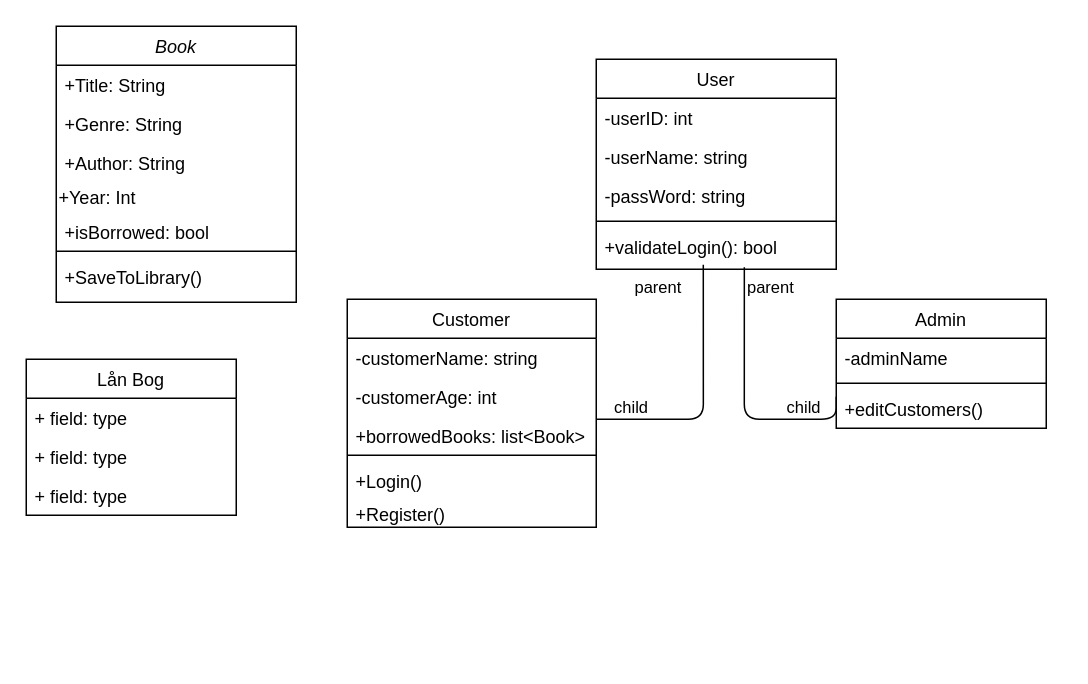
The draw.io diagram Untitled Diagram.drawio in Mim1c/The-Repository, before the edit. Source tidied: cells renumbered, new cells numbered last; positions are measured from the earlier drawing's top-left corner, leaving out a move shared by most shapes. Both pictures are drawn from the tidied source at 150%, with x=0, y=0 at pixel (26, 26).
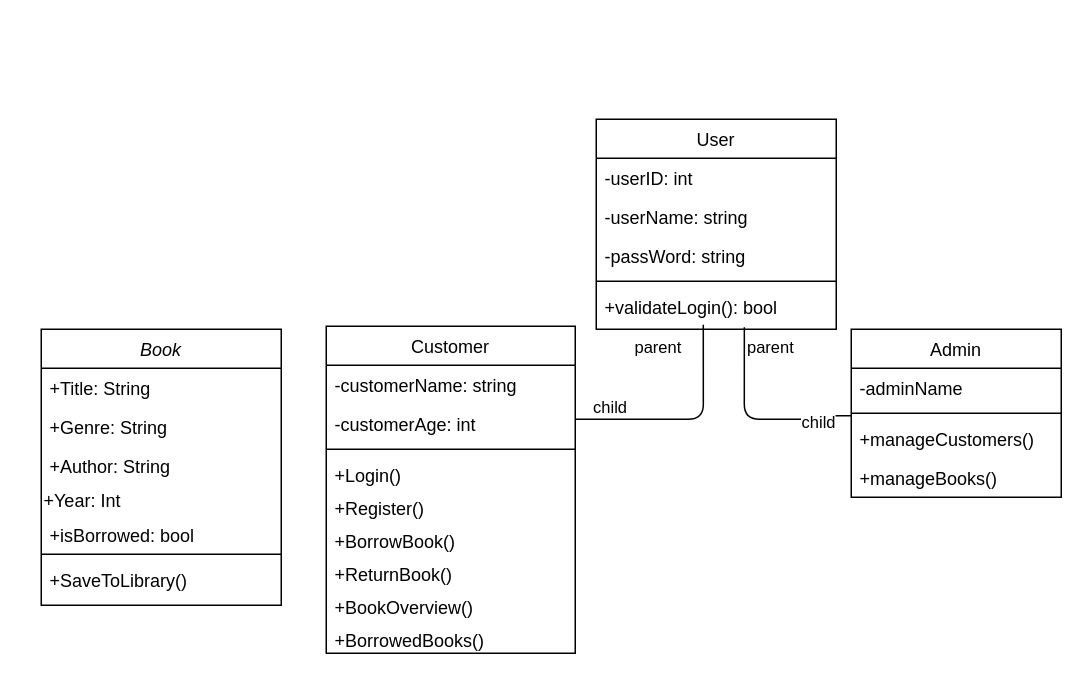
The same diagram, later.

The change refers to these unchanged cells:
```xml
<mxCell id="15" value="+validateLogin(): bool" style="text;align=left;verticalAlign=top;spacingLeft=4;spacingRight=4;overflow=hidden;points=[[0,0.5],[1,0.5]];portConstraint=eastwest;" parent="10" vertex="1">
  <mxGeometry y="112" width="160" height="26" as="geometry" />
</mxCell>
<mxCell id="27" value="-adminName" style="text;strokeColor=none;fillColor=none;align=left;verticalAlign=top;spacingLeft=4;spacingRight=4;overflow=hidden;points=[[0,0.5],[1,0.5]];portConstraint=eastwest;" parent="26" vertex="1">
  <mxGeometry y="26" width="140" height="26" as="geometry" />
</mxCell>
```

Change to the diagram source:
```diff
@@
     <mxCell id="2" value="Book" style="swimlane;fontStyle=2;align=center;verticalAlign=top;horizontal=1;startSize=26;rounded=0;shadow=0;strokeWidth=1;" parent="1" vertex="1">
-      <mxGeometry x="20" width="160" height="184" as="geometry" />
+      <mxGeometry x="10" y="202" width="160" height="184" as="geometry" />
     </mxCell>
@@
     <mxCell id="10" value="User" style="swimlane;fontStyle=0;align=center;verticalAlign=top;horizontal=1;startSize=26;rounded=0;shadow=0;strokeWidth=1;" parent="1" vertex="1">
-      <mxGeometry x="380" y="22" width="160" height="140" as="geometry" />
+      <mxGeometry x="380" y="62" width="160" height="140" as="geometry" />
     </mxCell>
@@
     <mxCell id="16" value="Customer" style="swimlane;fontStyle=0;horizontal=1;startSize=26;fillColor=none;align=center;html=0;" parent="1" vertex="1">
-      <mxGeometry x="214" y="182" width="166" height="152" as="geometry" />
+      <mxGeometry x="200" y="200" width="166" height="218" as="geometry" />
     </mxCell>
@@
-    <mxCell id="19" value="+borrowedBooks: list&lt;Book&gt;" style="text;strokeColor=none;fillColor=none;align=left;verticalAlign=top;spacingLeft=4;spacingRight=4;overflow=hidden;" parent="16" vertex="1">
-      <mxGeometry y="78" width="166" height="22" as="geometry" />
-    </mxCell>
     <mxCell id="20" style="line;strokeWidth=1;fillColor=none;align=left;verticalAlign=middle;spacingTop=-1;spacingLeft=3;spacingRight=3;labelPosition=right;html=0;" parent="16" vertex="1">
-      <mxGeometry y="100" width="166" height="8" as="geometry" />
+      <mxGeometry y="78" width="166" height="8" as="geometry" />
     </mxCell>
     <mxCell id="21" value="+Login()" style="text;strokeColor=none;fillColor=none;align=left;verticalAlign=top;spacingLeft=4;spacingRight=4;overflow=hidden;" parent="16" vertex="1">
-      <mxGeometry y="108" width="166" height="22" as="geometry" />
+      <mxGeometry y="86" width="166" height="22" as="geometry" />
     </mxCell>
     <mxCell id="22" value="+Register()" style="text;strokeColor=none;fillColor=none;align=left;verticalAlign=top;spacingLeft=4;spacingRight=4;overflow=hidden;" parent="16" vertex="1">
-      <mxGeometry y="130" width="166" height="22" as="geometry" />
+      <mxGeometry y="108" width="166" height="22" as="geometry" />
     </mxCell>
+    <mxCell id="37" value="+BorrowBook()" style="text;strokeColor=none;fillColor=none;align=left;verticalAlign=top;spacingLeft=4;spacingRight=4;overflow=hidden;" parent="16" vertex="1">
+      <mxGeometry y="130" width="166" height="22" as="geometry" />
+    </mxCell>
+    <mxCell id="38" value="+ReturnBook()" style="text;strokeColor=none;fillColor=none;align=left;verticalAlign=top;spacingLeft=4;spacingRight=4;overflow=hidden;" parent="16" vertex="1">
+      <mxGeometry y="152" width="166" height="22" as="geometry" />
+    </mxCell>
+    <mxCell id="39" value="+BookOverview()" style="text;strokeColor=none;fillColor=none;align=left;verticalAlign=top;spacingLeft=4;spacingRight=4;overflow=hidden;" parent="16" vertex="1">
+      <mxGeometry y="174" width="166" height="22" as="geometry" />
+    </mxCell>
+    <mxCell id="40" value="+BorrowedBooks()" style="text;strokeColor=none;fillColor=none;align=left;verticalAlign=top;spacingLeft=4;spacingRight=4;overflow=hidden;" parent="16" vertex="1">
+      <mxGeometry y="196" width="166" height="22" as="geometry" />
+    </mxCell>
@@
     <mxCell id="26" value="Admin" style="swimlane;fontStyle=0;horizontal=1;startSize=26;fillColor=none;align=center;html=0;" parent="1" vertex="1">
-      <mxGeometry x="540" y="182" width="140" height="86" as="geometry" />
+      <mxGeometry x="550" y="202" width="140" height="112" as="geometry" />
     </mxCell>
@@
-    <mxCell id="29" value="+editCustomers()" style="text;strokeColor=none;fillColor=none;align=left;verticalAlign=top;spacingLeft=4;spacingRight=4;overflow=hidden;" parent="26" vertex="1">
+    <mxCell id="29" value="+manageCustomers()" style="text;strokeColor=none;fillColor=none;align=left;verticalAlign=top;spacingLeft=4;spacingRight=4;overflow=hidden;" parent="26" vertex="1">
       <mxGeometry y="60" width="140" height="26" as="geometry" />
     </mxCell>
+    <mxCell id="41" value="+manageBooks()" style="text;strokeColor=none;fillColor=none;align=left;verticalAlign=top;spacingLeft=4;spacingRight=4;overflow=hidden;" parent="26" vertex="1">
+      <mxGeometry y="86" width="140" height="26" as="geometry" />
+    </mxCell>
-    <mxCell id="30" style="endArrow=none;html=1;edgeStyle=orthogonalEdgeStyle;entryX=0;entryY=0.5;entryDx=0;entryDy=0;exitX=0.617;exitY=1.026;exitDx=0;exitDy=0;exitPerimeter=0;" parent="1" edge="1" source="15">
+    <mxCell id="30" style="endArrow=none;html=1;edgeStyle=orthogonalEdgeStyle;exitX=0.617;exitY=1.026;exitDx=0;exitDy=0;exitPerimeter=0;entryX=0;entryY=1.218;entryDx=0;entryDy=0;entryPerimeter=0;" parent="1" edge="1" source="15" target="27">
       <mxGeometry relative="1" as="geometry">
-        <mxPoint x="540" y="247" as="targetPoint" />
         <Array as="points">
           <mxPoint x="479" y="262" />
-          <mxPoint x="540" y="262" />
+          <mxPoint x="530" y="262" />
+          <mxPoint x="530" y="260" />
         </Array>
       </mxGeometry>
     </mxCell>
@@
     <mxCell id="32" value="child" style="edgeLabel;html=1;align=right;verticalAlign=bottom;" parent="30" vertex="1">
       <mxGeometry x="1" relative="1" as="geometry">
-        <mxPoint x="-10" y="15.4" as="offset" />
+        <mxPoint x="-10" y="12.3" as="offset" />
       </mxGeometry>
     </mxCell>
-    <mxCell id="33" value="Lån Bog" style="swimlane;fontStyle=0;horizontal=1;startSize=26;fillColor=none;align=center;html=0;" parent="1" vertex="1">
-      <mxGeometry y="222" width="140" height="104" as="geometry" />
-    </mxCell>
-    <mxCell id="34" value="+ field: type" style="text;strokeColor=none;fillColor=none;align=left;verticalAlign=top;spacingLeft=4;spacingRight=4;overflow=hidden;" parent="33" vertex="1">
-      <mxGeometry y="26" width="140" height="26" as="geometry" />
-    </mxCell>
-    <mxCell id="35" value="+ field: type" style="text;strokeColor=none;fillColor=none;align=left;verticalAlign=top;spacingLeft=4;spacingRight=4;overflow=hidden;" parent="33" vertex="1">
-      <mxGeometry y="52" width="140" height="26" as="geometry" />
-    </mxCell>
-    <mxCell id="36" value="+ field: type" style="text;strokeColor=none;fillColor=none;align=left;verticalAlign=top;spacingLeft=4;spacingRight=4;overflow=hidden;" parent="33" vertex="1">
-      <mxGeometry y="78" width="140" height="26" as="geometry" />
-    </mxCell>
```
